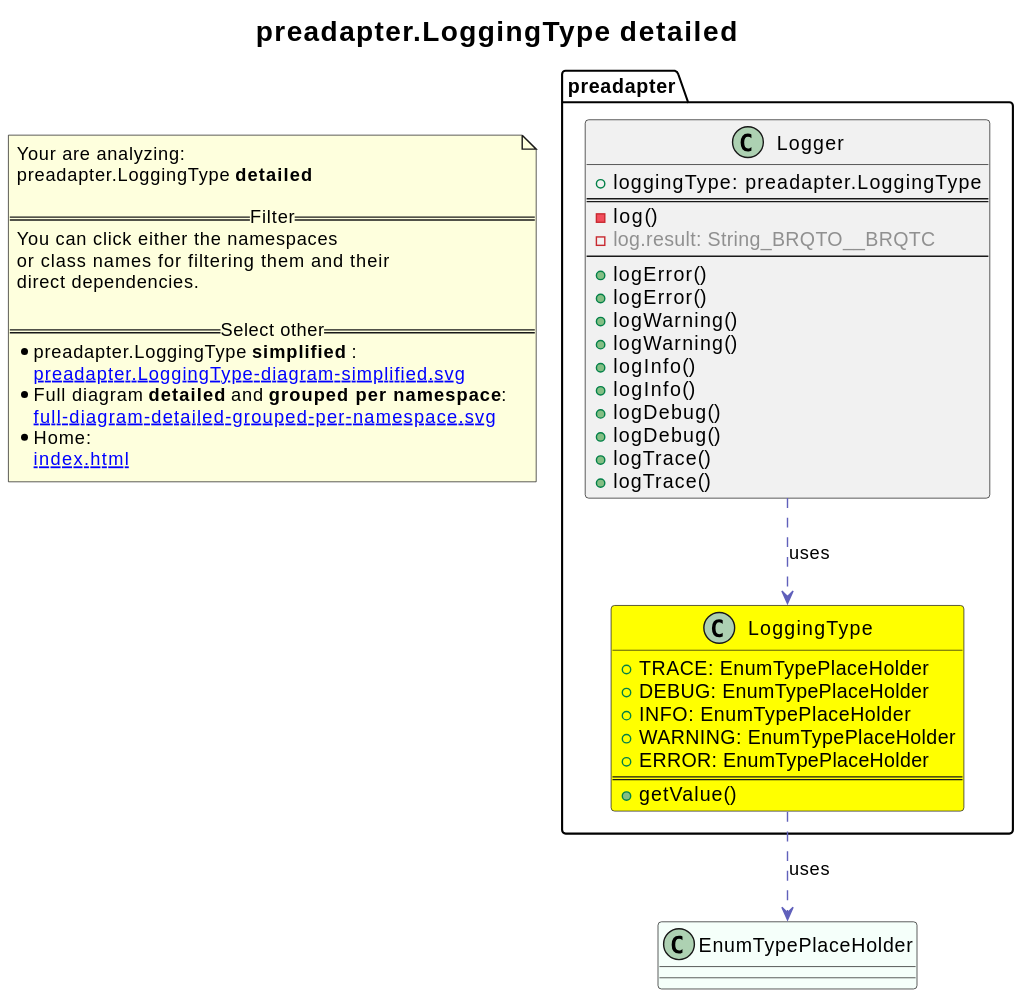
2BlackCoffees/revenger keeps this PlantUML diagram as revenger-java-adapter.out/preadapter.LoggingType-diagram-detailed.svg. Above is the earlier version.
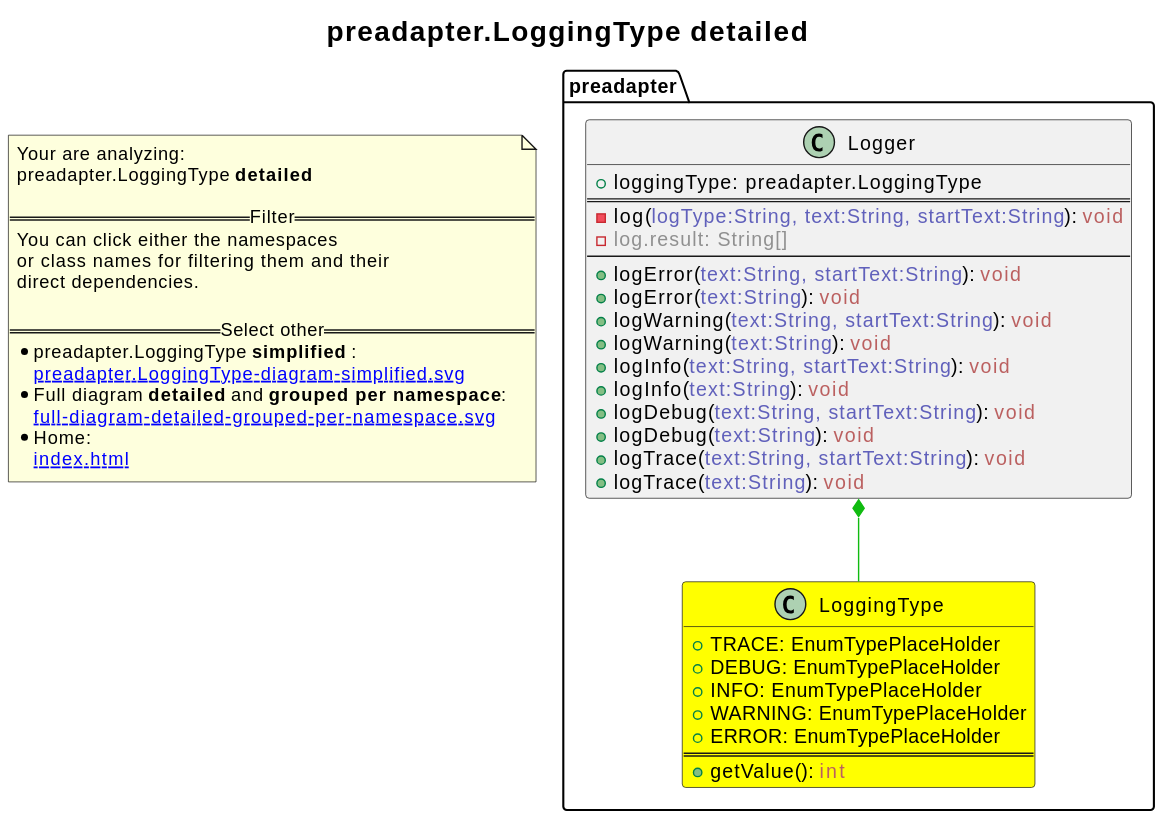
Later version of the same file.

What changed in the source:
```diff
@@ -1,8 +1,7 @@
 @startuml
+skinparam linetype ortho
 title <size:20>preadapter.LoggingType **detailed** </size>
 note "Your are analyzing:\npreadapter.LoggingType **detailed** \n\n==Filter==\nYou can click either the namespaces \nor class names for filtering them and their\ndirect dependencies.\n\n==Select other==\n* preadapter.LoggingType **simplified** :\n   [[preadapter.LoggingType-diagram-simplified.svg]]\n* Full diagram **detailed** and **grouped per namespace**:\n   [[full-diagram-detailed-grouped-per-namespace.svg]]\n* Home:\n   [[index.html]]" as FloatingNote
-class EnumTypePlaceHolder [[EnumTypePlaceHolder-diagram-detailed.svg]] #MintCream {
-}
 class preadapter.LoggingType [[preadapter.LoggingType-diagram-detailed.svg]] #yellow {
   + TRACE: EnumTypePlaceHolder
   + DEBUG: EnumTypePlaceHolder
@@ -10,25 +9,24 @@
   + WARNING: EnumTypePlaceHolder
   + ERROR: EnumTypePlaceHolder
 ==
-  + getValue(<font color="6060BB"></font>)
+  + getValue(<font color="6060BB"></font>): <font color="BB6060">int</font>
 }
 class preadapter.Logger [[preadapter.Logger-diagram-detailed.svg]]  {
   + loggingType: preadapter.LoggingType
 ==
-  - log(<font color="6060BB"></font>)
-  - <font color="909090">log.result: String_BRQTO__BRQTC</font>
+  - log(<font color="6060BB">logType:String, text:String, startText:String</font>): <font color="BB6060">void</font>
+  - <font color="909090">log.result: String[]</font>
 --
-  + logError(<font color="6060BB"></font>)
-  + logError(<font color="6060BB"></font>)
-  + logWarning(<font color="6060BB"></font>)
-  + logWarning(<font color="6060BB"></font>)
-  + logInfo(<font color="6060BB"></font>)
-  + logInfo(<font color="6060BB"></font>)
-  + logDebug(<font color="6060BB"></font>)
-  + logDebug(<font color="6060BB"></font>)
-  + logTrace(<font color="6060BB"></font>)
-  + logTrace(<font color="6060BB"></font>)
+  + logError(<font color="6060BB">text:String, startText:String</font>): <font color="BB6060">void</font>
+  + logError(<font color="6060BB">text:String</font>): <font color="BB6060">void</font>
+  + logWarning(<font color="6060BB">text:String, startText:String</font>): <font color="BB6060">void</font>
+  + logWarning(<font color="6060BB">text:String</font>): <font color="BB6060">void</font>
+  + logInfo(<font color="6060BB">text:String, startText:String</font>): <font color="BB6060">void</font>
+  + logInfo(<font color="6060BB">text:String</font>): <font color="BB6060">void</font>
+  + logDebug(<font color="6060BB">text:String, startText:String</font>): <font color="BB6060">void</font>
+  + logDebug(<font color="6060BB">text:String</font>): <font color="BB6060">void</font>
+  + logTrace(<font color="6060BB">text:String, startText:String</font>): <font color="BB6060">void</font>
+  + logTrace(<font color="6060BB">text:String</font>): <font color="BB6060">void</font>
 }
-preadapter.LoggingType .[#6060BB].> EnumTypePlaceHolder  : uses
-preadapter.Logger .[#6060BB].> preadapter.LoggingType  : uses
+preadapter.Logger *-[#10BB10]- preadapter.LoggingType
 @enduml
```
